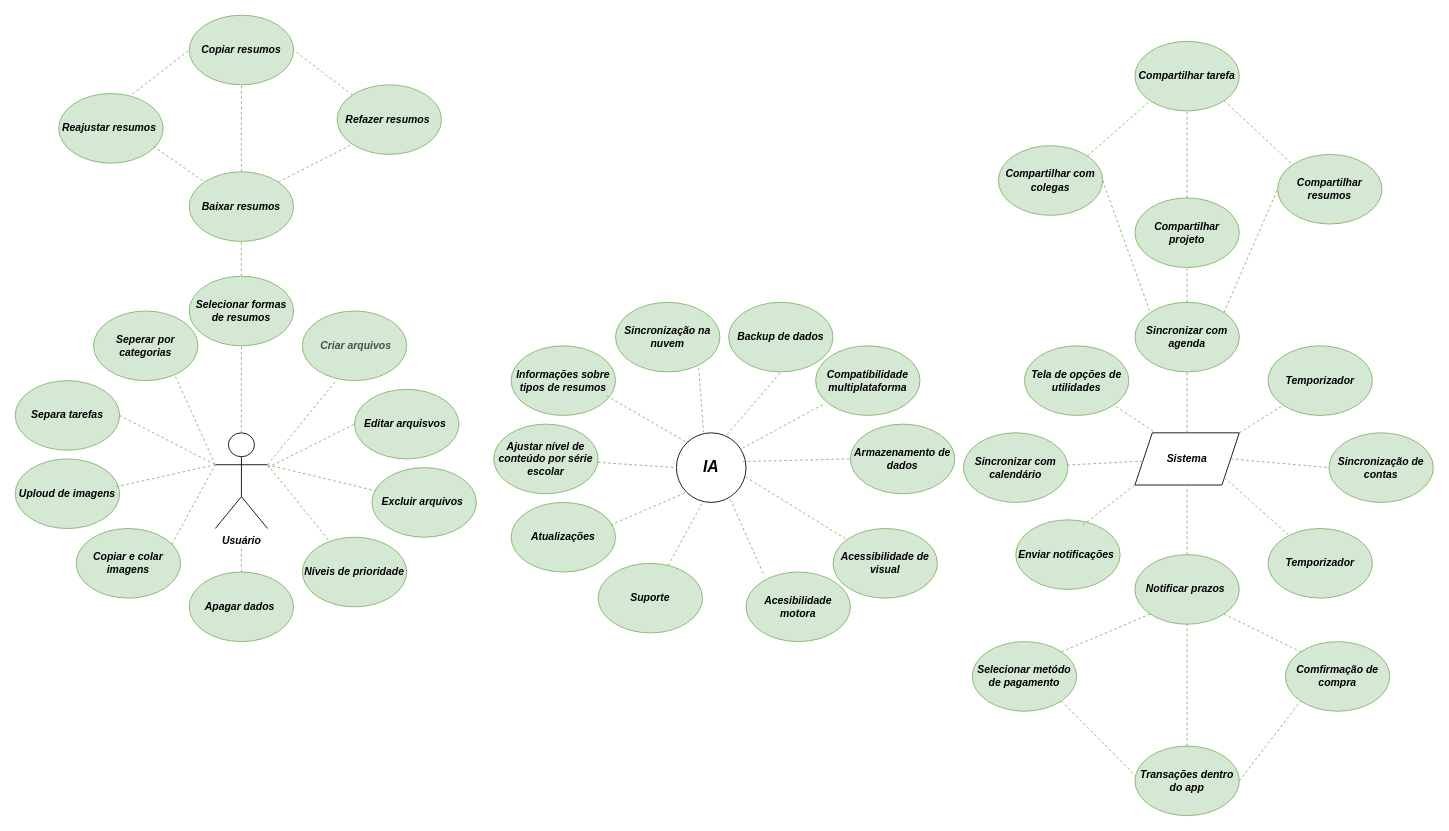
Above: FCW AI.drawio in Brandaoc/FCW-AI (draw.io), before the change. Source tidied: cells renumbered, new cells numbered last; positions are measured from the earlier drawing's top-left corner, leaving out a move shared by most shapes. Both pictures are drawn from the tidied source at 87%, with x=0, y=0 at pixel (15, 15).
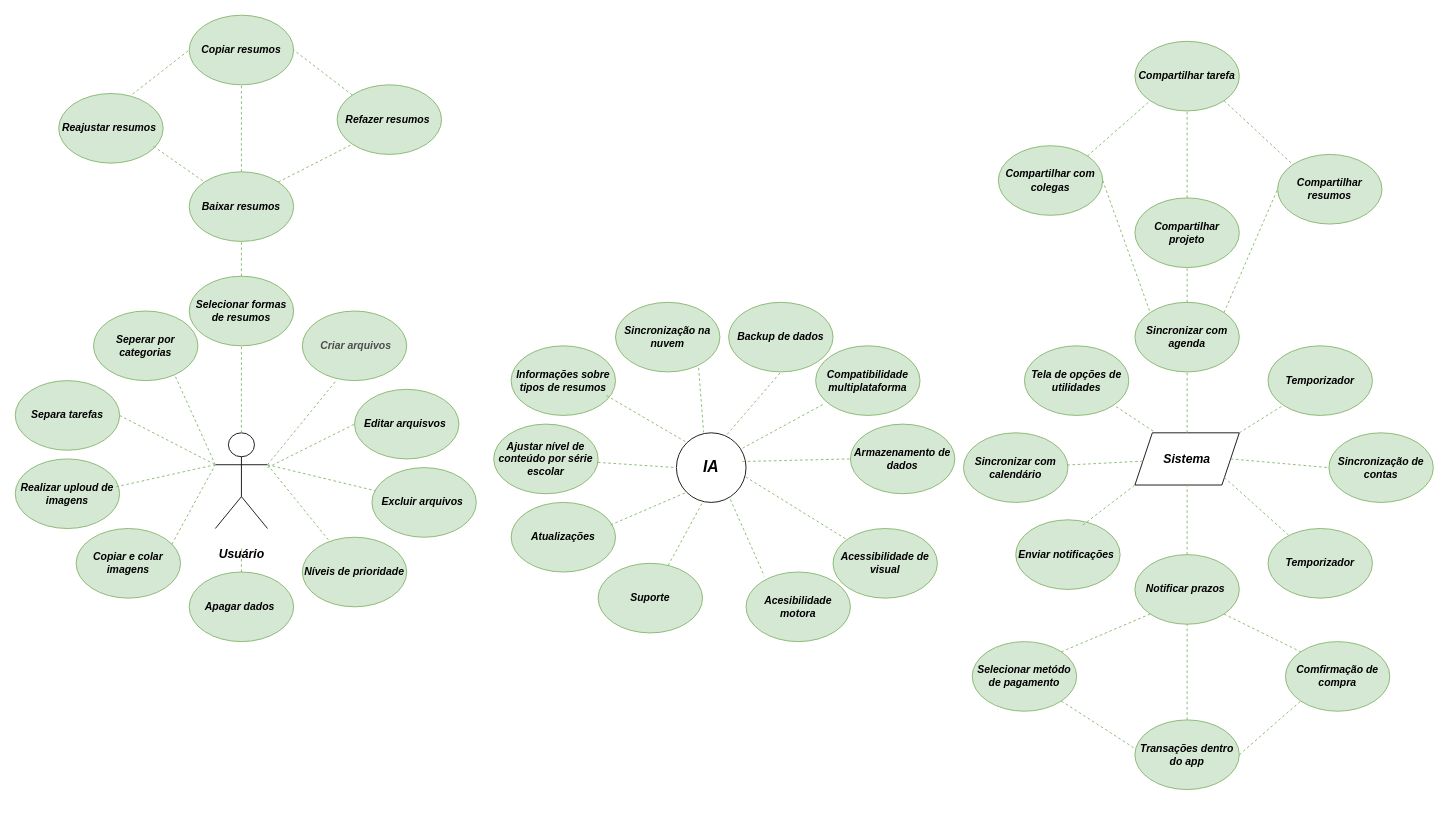
The same diagram, later.

Diff of the diagram source:
```diff
@@
-    <mxCell id="5" value="Usuário" style="shape=umlActor;verticalLabelPosition=bottom;verticalAlign=top;html=1;outlineConnect=0;fontStyle=3;" parent="1" vertex="1">
+    <mxCell id="5" value="&lt;h3&gt;Usuário&lt;/h3&gt;" style="shape=umlActor;verticalLabelPosition=bottom;verticalAlign=top;html=1;outlineConnect=0;fontStyle=3;" parent="1" vertex="1">
       <mxGeometry x="230" y="480" width="60" height="110" as="geometry" />
     </mxCell>
@@
-    <mxCell id="16" value="Sistema" style="shape=parallelogram;perimeter=parallelogramPerimeter;whiteSpace=wrap;html=1;fixedSize=1;fontStyle=3;" parent="1" vertex="1">
+    <mxCell id="16" value="&lt;h3&gt;Sistema&lt;/h3&gt;" style="shape=parallelogram;perimeter=parallelogramPerimeter;whiteSpace=wrap;html=1;fixedSize=1;fontStyle=3;" parent="1" vertex="1">
       <mxGeometry x="1287" y="480" width="120" height="60" as="geometry" />
     </mxCell>
@@
-    <mxCell id="25" value="Uploud de imagens" style="ellipse;whiteSpace=wrap;html=1;fillColor=#d5e8d4;strokeColor=#82b366;fontStyle=3;" parent="1" vertex="1">
+    <mxCell id="25" value="Realizar uploud de imagens" style="ellipse;whiteSpace=wrap;html=1;fillColor=#d5e8d4;strokeColor=#82b366;fontStyle=3;" parent="1" vertex="1">
       <mxGeometry y="510" width="120" height="80" as="geometry" />
     </mxCell>
@@
     <mxCell id="82" value="Transações dentro do app" style="ellipse;whiteSpace=wrap;html=1;fillColor=#d5e8d4;strokeColor=#82b366;fontStyle=3;" parent="1" vertex="1">
-      <mxGeometry x="1287" y="840" width="120" height="80" as="geometry" />
+      <mxGeometry x="1287" y="810" width="120" height="80" as="geometry" />
     </mxCell>
```
